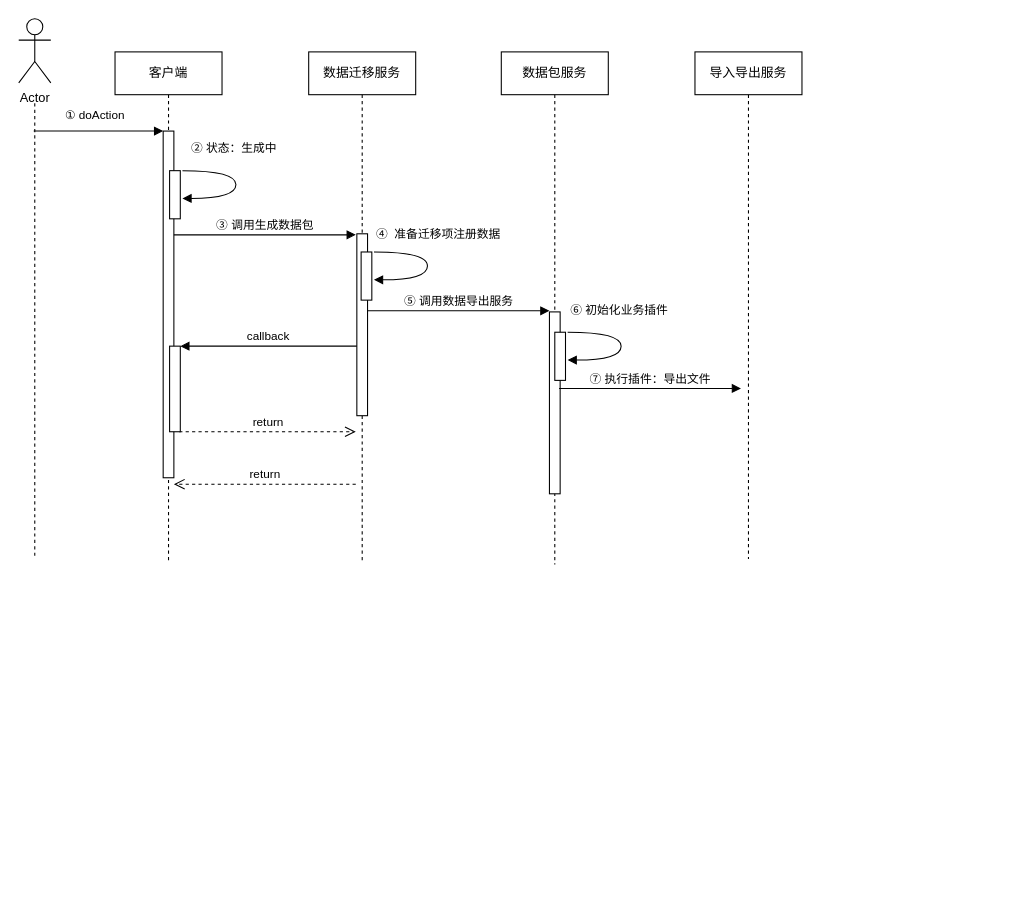
typooooohj/PubSub keeps this draw.io diagram as 未命名绘图.drawio. Above is the earlier version. Source tidied: cells renumbered, new cells numbered last; positions are measured from the earlier drawing's top-left corner, leaving out a move shared by most shapes. Both pictures are drawn from the tidied source at 107%, with x=0, y=0 at pixel (18, 18).
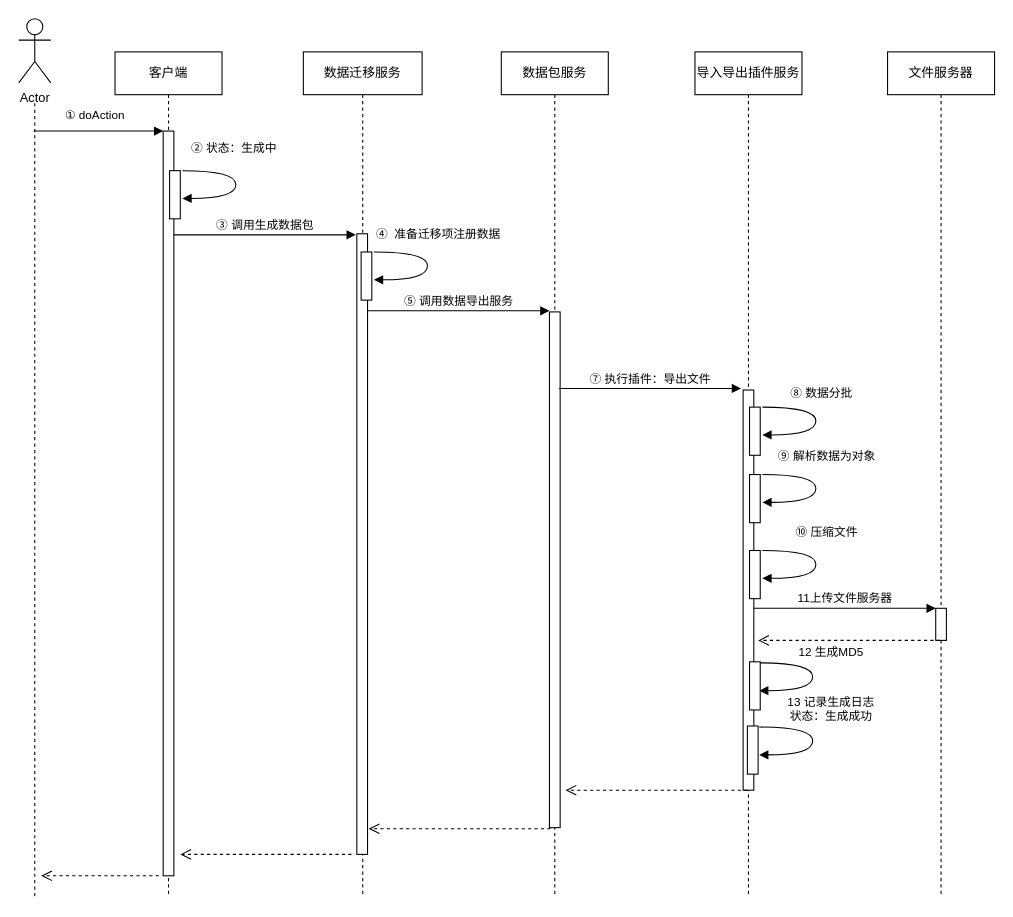
After the change.

Commit message:
数据包生成.drawio

Unchanged cells that the change refers to:
```xml
<mxCell id="14" style="group;" parent="1" vertex="1">
  <mxGeometry width="30" height="125" as="geometry" />
</mxCell>
```

What changed in the source:
```diff
@@
     <mxCell id="2" value="客户端" style="shape=umlLifeline;perimeter=lifelinePerimeter;whiteSpace=wrap;html=1;newEdgeStyle={&quot;edgeStyle&quot;:&quot;elbowEdgeStyle&quot;,&quot;elbow&quot;:&quot;vertical&quot;,&quot;curved&quot;:0,&quot;rounded&quot;:0};" parent="1" vertex="1">
-      <mxGeometry x="90" y="31" width="100" height="475" as="geometry" />
+      <mxGeometry x="90" y="31" width="100" height="790" as="geometry" />
     </mxCell>
     <mxCell id="3" style="html=1;points=[];perimeter=orthogonalPerimeter;outlineConnect=0;targetShapes=umlLifeline;portConstraint=eastwest;newEdgeStyle={&quot;edgeStyle&quot;:&quot;elbowEdgeStyle&quot;,&quot;elbow&quot;:&quot;vertical&quot;,&quot;curved&quot;:0,&quot;rounded&quot;:0};" parent="1" vertex="1">
-      <mxGeometry x="135" y="105" width="10" height="324" as="geometry" />
+      <mxGeometry x="135" y="105" width="10" height="696" as="geometry" />
     </mxCell>
     <mxCell id="4" value="数据迁移服务" style="shape=umlLifeline;perimeter=lifelinePerimeter;whiteSpace=wrap;html=1;newEdgeStyle={&quot;edgeStyle&quot;:&quot;elbowEdgeStyle&quot;,&quot;elbow&quot;:&quot;vertical&quot;,&quot;curved&quot;:0,&quot;rounded&quot;:0};" parent="1" vertex="1">
-      <mxGeometry x="271" y="31" width="100" height="475" as="geometry" />
+      <mxGeometry x="266" y="31" width="111" height="790" as="geometry" />
     </mxCell>
-    <mxCell id="5" style="html=1;perimeter=orthogonalPerimeter;targetShapes=umlLifeline;newEdgeStyle={&quot;edgeStyle&quot;:&quot;elbowEdgeStyle&quot;,&quot;elbow&quot;:&quot;vertical&quot;,&quot;curved&quot;:0,&quot;rounded&quot;:0};" parent="4" vertex="1">
-      <mxGeometry x="45" y="170" width="10" height="170" as="geometry" />
-    </mxCell>
-    <mxCell id="6" style="html=1;perimeter=orthogonalPerimeter;targetShapes=umlLifeline;newEdgeStyle={&quot;edgeStyle&quot;:&quot;elbowEdgeStyle&quot;,&quot;elbow&quot;:&quot;vertical&quot;,&quot;curved&quot;:0,&quot;rounded&quot;:0};" parent="4" vertex="1">
-      <mxGeometry x="49" y="187" width="10" height="45" as="geometry" />
-    </mxCell>
-    <mxCell id="7" value="④&amp;nbsp; 准备迁移项注册数据" style="html=1;verticalAlign=bottom;endArrow=block;edgeStyle=orthogonalEdgeStyle;elbow=vertical;curved=1;rounded=0;entryX=1;entryY=0.622;entryDx=0;entryDy=0;entryPerimeter=0;" parent="4" edge="1">
-      <mxGeometry x="-0.21" y="13" relative="1" as="geometry">
-        <mxPoint x="61" y="187" as="sourcePoint" />
-        <mxPoint x="61" y="213" as="targetPoint" />
-        <Array as="points">
-          <mxPoint x="111" y="187" />
-        </Array>
-        <mxPoint x="-3" y="-8" as="offset" />
-      </mxGeometry>
-    </mxCell>
@@
-    <mxCell id="9" value="return" style="html=1;verticalAlign=bottom;endArrow=open;dashed=1;endSize=8;edgeStyle=elbowEdgeStyle;elbow=vertical;curved=0;rounded=0;" parent="1" edge="1">
-      <mxGeometry relative="1" as="geometry">
-        <mxPoint x="315" y="435" as="sourcePoint" />
-        <mxPoint x="145" y="435" as="targetPoint" />
-        <Array as="points">
-          <mxPoint x="240" y="435" />
-        </Array>
-      </mxGeometry>
-    </mxCell>
-    <mxCell id="10" value="callback" style="html=1;verticalAlign=bottom;endArrow=block;edgeStyle=elbowEdgeStyle;elbow=vertical;curved=0;rounded=0;" parent="1" edge="1">
-      <mxGeometry relative="1" as="geometry">
-        <mxPoint x="316" y="306" as="sourcePoint" />
-        <mxPoint x="151" y="306" as="targetPoint" />
-        <Array as="points">
-          <mxPoint x="241" y="306" />
-        </Array>
-      </mxGeometry>
-    </mxCell>
-    <mxCell id="11" value="return" style="html=1;verticalAlign=bottom;endArrow=open;dashed=1;endSize=8;edgeStyle=elbowEdgeStyle;elbow=vertical;curved=0;rounded=0;" parent="1" edge="1">
-      <mxGeometry relative="1" as="geometry">
-        <mxPoint x="150" y="386" as="sourcePoint" />
-        <mxPoint x="315" y="386" as="targetPoint" />
-        <Array as="points">
-          <mxPoint x="230" y="386" />
-        </Array>
-      </mxGeometry>
-    </mxCell>
@@
-    <mxCell id="13" style="html=1;perimeter=orthogonalPerimeter;targetShapes=umlLifeline;newEdgeStyle={&quot;edgeStyle&quot;:&quot;elbowEdgeStyle&quot;,&quot;elbow&quot;:&quot;vertical&quot;,&quot;curved&quot;:0,&quot;rounded&quot;:0};" parent="1" vertex="1">
-      <mxGeometry x="141" y="306" width="10" height="80" as="geometry" />
-    </mxCell>
@@
     <mxCell id="16" style="html=1;verticalAlign=bottom;endArrow=none;dashed=1;endSize=8;edgeStyle=elbowEdgeStyle;elbow=vertical;curved=0;rounded=0;endFill=0;" parent="14" edge="1">
       <mxGeometry relative="1" as="geometry">
         <mxPoint x="15" y="79" as="sourcePoint" />
-        <mxPoint x="15" y="505" as="targetPoint" />
+        <mxPoint x="15" y="821" as="targetPoint" />
         <Array as="points">
           <mxPoint x="21.5" y="125" />
           <mxPoint x="15" y="163" />
         </Array>
       </mxGeometry>
     </mxCell>
     <mxCell id="17" value="数据包服务" style="shape=umlLifeline;perimeter=lifelinePerimeter;whiteSpace=wrap;html=1;newEdgeStyle={&quot;edgeStyle&quot;:&quot;elbowEdgeStyle&quot;,&quot;elbow&quot;:&quot;vertical&quot;,&quot;curved&quot;:0,&quot;rounded&quot;:0};" parent="1" vertex="1">
-      <mxGeometry x="451" y="31" width="100" height="479" as="geometry" />
+      <mxGeometry x="451" y="31" width="100" height="790" as="geometry" />
     </mxCell>
     <mxCell id="18" style="html=1;perimeter=orthogonalPerimeter;targetShapes=umlLifeline;newEdgeStyle={&quot;edgeStyle&quot;:&quot;elbowEdgeStyle&quot;,&quot;elbow&quot;:&quot;vertical&quot;,&quot;curved&quot;:0,&quot;rounded&quot;:0};" parent="17" vertex="1">
-      <mxGeometry x="45" y="243" width="10" height="170" as="geometry" />
+      <mxGeometry x="45" y="243" width="10" height="482" as="geometry" />
     </mxCell>
+    <mxCell id="21" value="导入导出插件服务" style="shape=umlLifeline;perimeter=lifelinePerimeter;whiteSpace=wrap;html=1;newEdgeStyle={&quot;edgeStyle&quot;:&quot;elbowEdgeStyle&quot;,&quot;elbow&quot;:&quot;vertical&quot;,&quot;curved&quot;:0,&quot;rounded&quot;:0};" parent="1" vertex="1">
+      <mxGeometry x="632" y="31" width="100" height="790" as="geometry" />
+    </mxCell>
+    <mxCell id="26" style="html=1;points=[];perimeter=orthogonalPerimeter;outlineConnect=0;targetShapes=umlLifeline;portConstraint=eastwest;newEdgeStyle={&quot;edgeStyle&quot;:&quot;elbowEdgeStyle&quot;,&quot;elbow&quot;:&quot;vertical&quot;,&quot;curved&quot;:0,&quot;rounded&quot;:0};" parent="21" vertex="1">
+      <mxGeometry x="45" y="316" width="10" height="374" as="geometry" />
+    </mxCell>
-    <mxCell id="19" style="html=1;perimeter=orthogonalPerimeter;targetShapes=umlLifeline;newEdgeStyle={&quot;edgeStyle&quot;:&quot;elbowEdgeStyle&quot;,&quot;elbow&quot;:&quot;vertical&quot;,&quot;curved&quot;:0,&quot;rounded&quot;:0};" parent="17" vertex="1">
-      <mxGeometry x="50" y="262" width="10" height="45" as="geometry" />
+    <mxCell id="19" style="html=1;perimeter=orthogonalPerimeter;targetShapes=umlLifeline;newEdgeStyle={&quot;edgeStyle&quot;:&quot;elbowEdgeStyle&quot;,&quot;elbow&quot;:&quot;vertical&quot;,&quot;curved&quot;:0,&quot;rounded&quot;:0};" parent="21" vertex="1">
+      <mxGeometry x="51" y="332" width="10" height="45" as="geometry" />
     </mxCell>
-    <mxCell id="20" value="⑥ 初始化业务插件" style="html=1;verticalAlign=bottom;endArrow=block;edgeStyle=orthogonalEdgeStyle;elbow=vertical;curved=1;rounded=0;entryX=1;entryY=0.622;entryDx=0;entryDy=0;entryPerimeter=0;" parent="17" edge="1">
-      <mxGeometry x="-0.24" y="12" relative="1" as="geometry">
-        <mxPoint x="62" y="262" as="sourcePoint" />
-        <mxPoint x="62" y="288" as="targetPoint" />
+    <mxCell id="20" value="⑧ 数据分批" style="html=1;verticalAlign=bottom;endArrow=block;edgeStyle=orthogonalEdgeStyle;elbow=vertical;curved=1;rounded=0;entryX=1;entryY=0.622;entryDx=0;entryDy=0;entryPerimeter=0;" parent="21" edge="1">
+      <mxGeometry x="-0.21" y="6" relative="1" as="geometry">
+        <mxPoint x="63" y="332" as="sourcePoint" />
+        <mxPoint x="63" y="358" as="targetPoint" />
         <Array as="points">
-          <mxPoint x="112" y="262" />
+          <mxPoint x="113" y="332" />
         </Array>
+        <mxPoint x="-1" y="-4" as="offset" />
       </mxGeometry>
     </mxCell>
-    <mxCell id="21" value="导入导出服务" style="shape=umlLifeline;perimeter=lifelinePerimeter;whiteSpace=wrap;html=1;newEdgeStyle={&quot;edgeStyle&quot;:&quot;elbowEdgeStyle&quot;,&quot;elbow&quot;:&quot;vertical&quot;,&quot;curved&quot;:0,&quot;rounded&quot;:0};" parent="1" vertex="1">
-      <mxGeometry x="632" y="31" width="100" height="474" as="geometry" />
-    </mxCell>
+    <mxCell id="27" style="html=1;perimeter=orthogonalPerimeter;targetShapes=umlLifeline;newEdgeStyle={&quot;edgeStyle&quot;:&quot;elbowEdgeStyle&quot;,&quot;elbow&quot;:&quot;vertical&quot;,&quot;curved&quot;:0,&quot;rounded&quot;:0};" parent="21" vertex="1">
+      <mxGeometry x="51" y="395" width="10" height="45" as="geometry" />
+    </mxCell>
+    <mxCell id="28" value="⑨ 解析数据为对象" style="html=1;verticalAlign=bottom;endArrow=block;edgeStyle=orthogonalEdgeStyle;elbow=vertical;curved=1;rounded=0;entryX=1;entryY=0.622;entryDx=0;entryDy=0;entryPerimeter=0;" parent="21" edge="1">
+      <mxGeometry x="-0.21" y="13" relative="1" as="geometry">
+        <mxPoint x="63" y="395" as="sourcePoint" />
+        <mxPoint x="63" y="421" as="targetPoint" />
+        <Array as="points">
+          <mxPoint x="113" y="395" />
+        </Array>
+        <mxPoint x="-3" y="-8" as="offset" />
+      </mxGeometry>
+    </mxCell>
+    <mxCell id="29" style="html=1;perimeter=orthogonalPerimeter;targetShapes=umlLifeline;newEdgeStyle={&quot;edgeStyle&quot;:&quot;elbowEdgeStyle&quot;,&quot;elbow&quot;:&quot;vertical&quot;,&quot;curved&quot;:0,&quot;rounded&quot;:0};" parent="21" vertex="1">
+      <mxGeometry x="51" y="466" width="10" height="45" as="geometry" />
+    </mxCell>
+    <mxCell id="30" value="⑩ 压缩文件" style="html=1;verticalAlign=bottom;endArrow=block;edgeStyle=orthogonalEdgeStyle;elbow=vertical;curved=1;rounded=0;entryX=1;entryY=0.622;entryDx=0;entryDy=0;entryPerimeter=0;" parent="21" edge="1">
+      <mxGeometry x="-0.21" y="13" relative="1" as="geometry">
+        <mxPoint x="63" y="466" as="sourcePoint" />
+        <mxPoint x="63" y="492" as="targetPoint" />
+        <Array as="points">
+          <mxPoint x="113" y="466" />
+        </Array>
+        <mxPoint x="-3" y="-8" as="offset" />
+      </mxGeometry>
+    </mxCell>
@@
+    <mxCell id="31" value="文件服务器" style="shape=umlLifeline;perimeter=lifelinePerimeter;whiteSpace=wrap;html=1;newEdgeStyle={&quot;edgeStyle&quot;:&quot;elbowEdgeStyle&quot;,&quot;elbow&quot;:&quot;vertical&quot;,&quot;curved&quot;:0,&quot;rounded&quot;:0};" parent="1" vertex="1">
+      <mxGeometry x="812" y="31" width="100" height="790" as="geometry" />
+    </mxCell>
+    <mxCell id="32" style="html=1;points=[];perimeter=orthogonalPerimeter;outlineConnect=0;targetShapes=umlLifeline;portConstraint=eastwest;newEdgeStyle={&quot;edgeStyle&quot;:&quot;elbowEdgeStyle&quot;,&quot;elbow&quot;:&quot;vertical&quot;,&quot;curved&quot;:0,&quot;rounded&quot;:0};" parent="31" vertex="1">
+      <mxGeometry x="45" y="520" width="10" height="30" as="geometry" />
+    </mxCell>
+    <mxCell id="33" value="11上传文件服务器" style="html=1;verticalAlign=bottom;endArrow=block;edgeStyle=elbowEdgeStyle;elbow=vertical;curved=0;rounded=0;" parent="1" edge="1" source="26" target="32">
+      <mxGeometry relative="1" as="geometry">
+        <Array as="points">
+          <mxPoint x="766" y="551" />
+        </Array>
+      </mxGeometry>
+    </mxCell>
+    <mxCell id="34" style="html=1;verticalAlign=bottom;endArrow=open;dashed=1;endSize=8;edgeStyle=elbowEdgeStyle;elbow=vertical;curved=0;rounded=0;" parent="1" edge="1">
+      <mxGeometry relative="1" as="geometry">
+        <mxPoint x="861" y="581" as="sourcePoint" />
+        <mxPoint x="691" y="581" as="targetPoint" />
+      </mxGeometry>
+    </mxCell>
+    <mxCell id="35" style="group;" parent="1" vertex="1">
+      <mxGeometry x="681" y="661" width="62" height="45" as="geometry" />
+    </mxCell>
+    <mxCell id="36" style="html=1;perimeter=orthogonalPerimeter;targetShapes=umlLifeline;newEdgeStyle={&quot;edgeStyle&quot;:&quot;elbowEdgeStyle&quot;,&quot;elbow&quot;:&quot;vertical&quot;,&quot;curved&quot;:0,&quot;rounded&quot;:0};" parent="35" vertex="1">
+      <mxGeometry width="10" height="45" as="geometry" />
+    </mxCell>
+    <mxCell id="37" style="group;" parent="35" vertex="1">
+      <mxGeometry x="-2" width="64" height="45" as="geometry" />
+    </mxCell>
+    <mxCell id="38" value="13 记录生成日志&lt;br&gt;状态：生成成功" style="html=1;verticalAlign=bottom;endArrow=block;edgeStyle=orthogonalEdgeStyle;elbow=vertical;curved=1;rounded=0;entryX=1;entryY=0.622;entryDx=0;entryDy=0;entryPerimeter=0;" parent="37" edge="1">
+      <mxGeometry x="-0.21" y="17" relative="1" as="geometry">
+        <mxPoint x="13" y="1" as="sourcePoint" />
+        <mxPoint x="13" y="27" as="targetPoint" />
+        <Array as="points">
+          <mxPoint x="63" y="1" />
+        </Array>
+        <mxPoint y="-1" as="offset" />
+      </mxGeometry>
+    </mxCell>
+    <mxCell id="39" style="group;" parent="1" vertex="1">
+      <mxGeometry x="681" y="601" width="62" height="45" as="geometry" />
+    </mxCell>
+    <mxCell id="40" style="group;" parent="39" vertex="1">
+      <mxGeometry x="-2" width="64" height="45" as="geometry" />
+    </mxCell>
+    <mxCell id="41" value="12 生成MD5" style="html=1;verticalAlign=bottom;endArrow=block;edgeStyle=orthogonalEdgeStyle;elbow=vertical;curved=1;rounded=0;entryX=1;entryY=0.622;entryDx=0;entryDy=0;entryPerimeter=0;" parent="40" edge="1">
+      <mxGeometry x="-0.21" y="17" relative="1" as="geometry">
+        <mxPoint x="13" y="1" as="sourcePoint" />
+        <mxPoint x="13" y="27" as="targetPoint" />
+        <Array as="points">
+          <mxPoint x="63" y="1" />
+        </Array>
+        <mxPoint y="-1" as="offset" />
+      </mxGeometry>
+    </mxCell>
+    <mxCell id="42" style="html=1;perimeter=orthogonalPerimeter;targetShapes=umlLifeline;newEdgeStyle={&quot;edgeStyle&quot;:&quot;elbowEdgeStyle&quot;,&quot;elbow&quot;:&quot;vertical&quot;,&quot;curved&quot;:0,&quot;rounded&quot;:0};" parent="40" vertex="1">
+      <mxGeometry x="4" width="10" height="45" as="geometry" />
+    </mxCell>
+    <mxCell id="43" style="html=1;verticalAlign=bottom;endArrow=open;dashed=1;endSize=8;edgeStyle=elbowEdgeStyle;elbow=vertical;curved=0;rounded=0;" parent="1" edge="1">
+      <mxGeometry relative="1" as="geometry">
+        <mxPoint x="681" y="721" as="sourcePoint" />
+        <mxPoint x="511" y="721" as="targetPoint" />
+      </mxGeometry>
+    </mxCell>
+    <mxCell id="5" style="html=1;perimeter=orthogonalPerimeter;targetShapes=umlLifeline;newEdgeStyle={&quot;edgeStyle&quot;:&quot;elbowEdgeStyle&quot;,&quot;elbow&quot;:&quot;vertical&quot;,&quot;curved&quot;:0,&quot;rounded&quot;:0};" parent="1" vertex="1">
+      <mxGeometry x="316" y="201" width="10" height="580" as="geometry" />
+    </mxCell>
+    <mxCell id="44" style="group;" parent="1" vertex="1">
+      <mxGeometry x="320" y="218" width="62" height="45" as="geometry" />
+    </mxCell>
+    <mxCell id="6" style="html=1;perimeter=orthogonalPerimeter;targetShapes=umlLifeline;newEdgeStyle={&quot;edgeStyle&quot;:&quot;elbowEdgeStyle&quot;,&quot;elbow&quot;:&quot;vertical&quot;,&quot;curved&quot;:0,&quot;rounded&quot;:0};" parent="44" vertex="1">
+      <mxGeometry width="10" height="45" as="geometry" />
+    </mxCell>
+    <mxCell id="7" value="④&amp;nbsp; 准备迁移项注册数据" style="html=1;verticalAlign=bottom;endArrow=block;edgeStyle=orthogonalEdgeStyle;elbow=vertical;curved=1;rounded=0;entryX=1;entryY=0.622;entryDx=0;entryDy=0;entryPerimeter=0;" parent="44" edge="1">
+      <mxGeometry x="-0.21" y="13" relative="1" as="geometry">
+        <mxPoint x="12" as="sourcePoint" />
+        <mxPoint x="12" y="26" as="targetPoint" />
+        <Array as="points">
+          <mxPoint x="62" />
+        </Array>
+        <mxPoint x="-3" y="-8" as="offset" />
+      </mxGeometry>
+    </mxCell>
+    <mxCell id="45" style="html=1;verticalAlign=bottom;endArrow=open;dashed=1;endSize=8;edgeStyle=elbowEdgeStyle;elbow=vertical;curved=0;rounded=0;" parent="1" edge="1">
+      <mxGeometry x="-1" y="397" relative="1" as="geometry">
+        <mxPoint x="311" y="781" as="sourcePoint" />
+        <mxPoint x="151" y="781" as="targetPoint" />
+        <Array as="points">
+          <mxPoint x="236" y="781" />
+        </Array>
+        <mxPoint x="276" y="-111" as="offset" />
+      </mxGeometry>
+    </mxCell>
+    <mxCell id="46" style="html=1;verticalAlign=bottom;endArrow=open;dashed=1;endSize=8;edgeStyle=elbowEdgeStyle;elbow=vertical;curved=0;rounded=0;" parent="1" edge="1">
+      <mxGeometry relative="1" as="geometry">
+        <mxPoint x="497" y="757" as="sourcePoint" />
+        <mxPoint x="327" y="757" as="targetPoint" />
+      </mxGeometry>
+    </mxCell>
+    <mxCell id="47" style="html=1;verticalAlign=bottom;endArrow=open;dashed=1;endSize=8;edgeStyle=elbowEdgeStyle;elbow=vertical;curved=0;rounded=0;" parent="1" edge="1">
+      <mxGeometry x="-1" y="397" relative="1" as="geometry">
+        <mxPoint x="131" y="801" as="sourcePoint" />
+        <mxPoint x="21" y="801" as="targetPoint" />
+        <Array as="points">
+          <mxPoint x="106" y="801" />
+        </Array>
+        <mxPoint x="276" y="-111" as="offset" />
+      </mxGeometry>
+    </mxCell>
```
